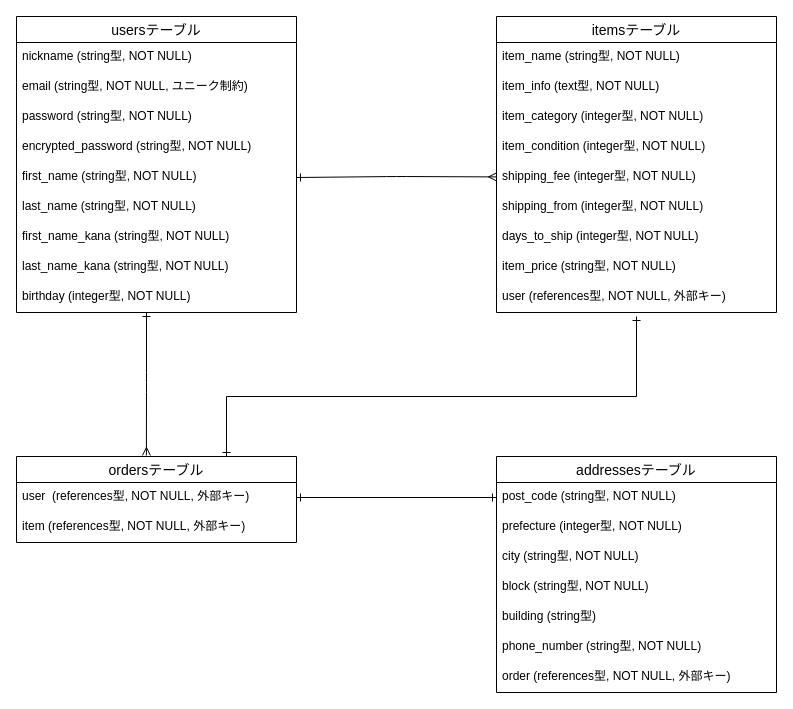
teguchi0920/furima-38847 keeps this draw.io diagram as furima.dio. Above is the earlier version. Source tidied: cells renumbered, new cells numbered last; positions are measured from the earlier drawing's top-left corner, leaving out a move shared by most shapes. Both pictures are drawn from the tidied source at 100%, with x=0, y=0 at pixel (16, 16).
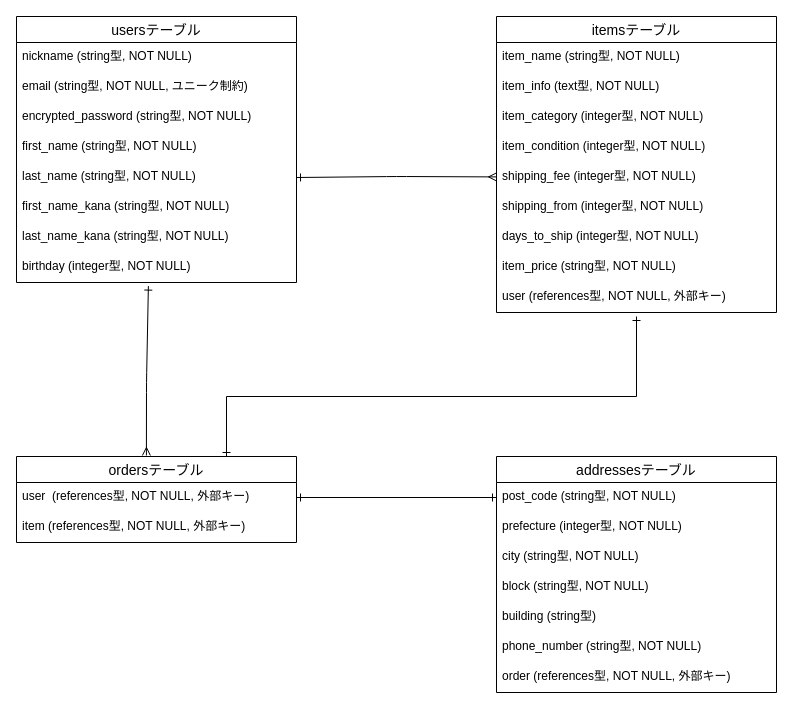
The same page after the edit.

Commit message (it also covers changes not shown here):
不要なカラムの削除

The change refers to these unchanged cells:
```xml
<mxCell id="17" value="shipping_fee (integer型, NOT NULL)" style="text;strokeColor=none;fillColor=none;spacingLeft=4;spacingRight=4;overflow=hidden;points=[[0,0.5],[1,0.5]];portConstraint=eastwest;fontSize=12;" parent="12" vertex="1">
  <mxGeometry y="146" width="280" height="30" as="geometry" />
</mxCell>
<mxCell id="22" value="ordersテーブル" style="swimlane;fontStyle=0;horizontal=1;startSize=26;align=center;fontSize=14;" parent="1" vertex="1">
  <mxGeometry y="440" width="280" height="86" as="geometry" />
</mxCell>
```

Diff of the diagram source:
```diff
@@
     <mxCell id="2" value="usersテーブル" style="swimlane;fontStyle=0;horizontal=1;startSize=26;align=center;fontSize=14;" parent="1" vertex="1">
-      <mxGeometry width="280" height="296" as="geometry" />
+      <mxGeometry width="280" height="266" as="geometry" />
     </mxCell>
@@
-    <mxCell id="5" value="password (string型, NOT NULL)" style="text;strokeColor=none;fillColor=none;spacingLeft=4;spacingRight=4;overflow=hidden;fontSize=12;" parent="2" vertex="1">
-      <mxGeometry y="86" width="280" height="30" as="geometry" />
-    </mxCell>
     <mxCell id="6" value="encrypted_password (string型, NOT NULL)" style="text;strokeColor=none;fillColor=none;spacingLeft=4;spacingRight=4;overflow=hidden;fontSize=12;" parent="2" vertex="1">
-      <mxGeometry y="116" width="280" height="30" as="geometry" />
+      <mxGeometry y="86" width="280" height="30" as="geometry" />
     </mxCell>
     <mxCell id="7" value="first_name (string型, NOT NULL)" style="text;strokeColor=none;fillColor=none;spacingLeft=4;spacingRight=4;overflow=hidden;points=[[0,0.5],[1,0.5]];portConstraint=eastwest;fontSize=12;" parent="2" vertex="1">
-      <mxGeometry y="146" width="280" height="30" as="geometry" />
+      <mxGeometry y="116" width="280" height="30" as="geometry" />
     </mxCell>
     <mxCell id="8" value="last_name (string型, NOT NULL)" style="text;strokeColor=none;fillColor=none;spacingLeft=4;spacingRight=4;overflow=hidden;points=[[0,0.5],[1,0.5]];portConstraint=eastwest;fontSize=12;" parent="2" vertex="1">
-      <mxGeometry y="176" width="280" height="30" as="geometry" />
+      <mxGeometry y="146" width="280" height="30" as="geometry" />
     </mxCell>
     <mxCell id="9" value="first_name_kana (string型, NOT NULL)" style="text;strokeColor=none;fillColor=none;spacingLeft=4;spacingRight=4;overflow=hidden;fontSize=12;" parent="2" vertex="1">
-      <mxGeometry y="206" width="280" height="30" as="geometry" />
+      <mxGeometry y="176" width="280" height="30" as="geometry" />
     </mxCell>
     <mxCell id="10" value="last_name_kana (string型, NOT NULL)" style="text;strokeColor=none;fillColor=none;spacingLeft=4;spacingRight=4;overflow=hidden;fontSize=12;" parent="2" vertex="1">
-      <mxGeometry y="236" width="280" height="30" as="geometry" />
+      <mxGeometry y="206" width="280" height="30" as="geometry" />
     </mxCell>
     <mxCell id="11" value="birthday (integer型, NOT NULL)" style="text;strokeColor=none;fillColor=none;spacingLeft=4;spacingRight=4;overflow=hidden;points=[[0,0.5],[1,0.5]];portConstraint=eastwest;fontSize=12;" parent="2" vertex="1">
-      <mxGeometry y="266" width="280" height="30" as="geometry" />
+      <mxGeometry y="236" width="280" height="30" as="geometry" />
     </mxCell>
@@
-    <mxCell id="33" style="edgeStyle=none;html=1;exitX=1;exitY=0.5;exitDx=0;exitDy=0;endArrow=ERmany;endFill=0;startArrow=ERone;startFill=0;strokeColor=default;strokeWidth=1;rounded=1;" parent="1" edge="1" source="7" target="17">
+    <mxCell id="33" style="edgeStyle=none;html=1;endArrow=ERmany;endFill=0;startArrow=ERone;startFill=0;strokeColor=default;strokeWidth=1;rounded=1;exitX=1;exitY=0.5;exitDx=0;exitDy=0;" parent="1" edge="1" source="8" target="17">
       <mxGeometry relative="1" as="geometry">
         <Array as="points">
           <mxPoint x="380" y="160" />
         </Array>
       </mxGeometry>
     </mxCell>
-    <mxCell id="34" style="edgeStyle=none;html=1;endArrow=ERmany;endFill=0;startArrow=ERone;startFill=0;strokeColor=default;strokeWidth=1;rounded=1;entryX=0.464;entryY=-0.012;entryDx=0;entryDy=0;entryPerimeter=0;" parent="1" edge="1" target="22">
+    <mxCell id="34" style="edgeStyle=none;html=1;endArrow=ERmany;endFill=0;startArrow=ERone;startFill=0;strokeColor=default;strokeWidth=1;rounded=1;entryX=0.464;entryY=-0.012;entryDx=0;entryDy=0;entryPerimeter=0;exitX=0.471;exitY=1.12;exitDx=0;exitDy=0;exitPerimeter=0;" parent="1" edge="1" source="11" target="22">
       <mxGeometry relative="1" as="geometry">
-        <mxPoint x="130" y="296" as="sourcePoint" />
         <Array as="points">
           <mxPoint x="130" y="366" />
         </Array>
       </mxGeometry>
     </mxCell>
```
